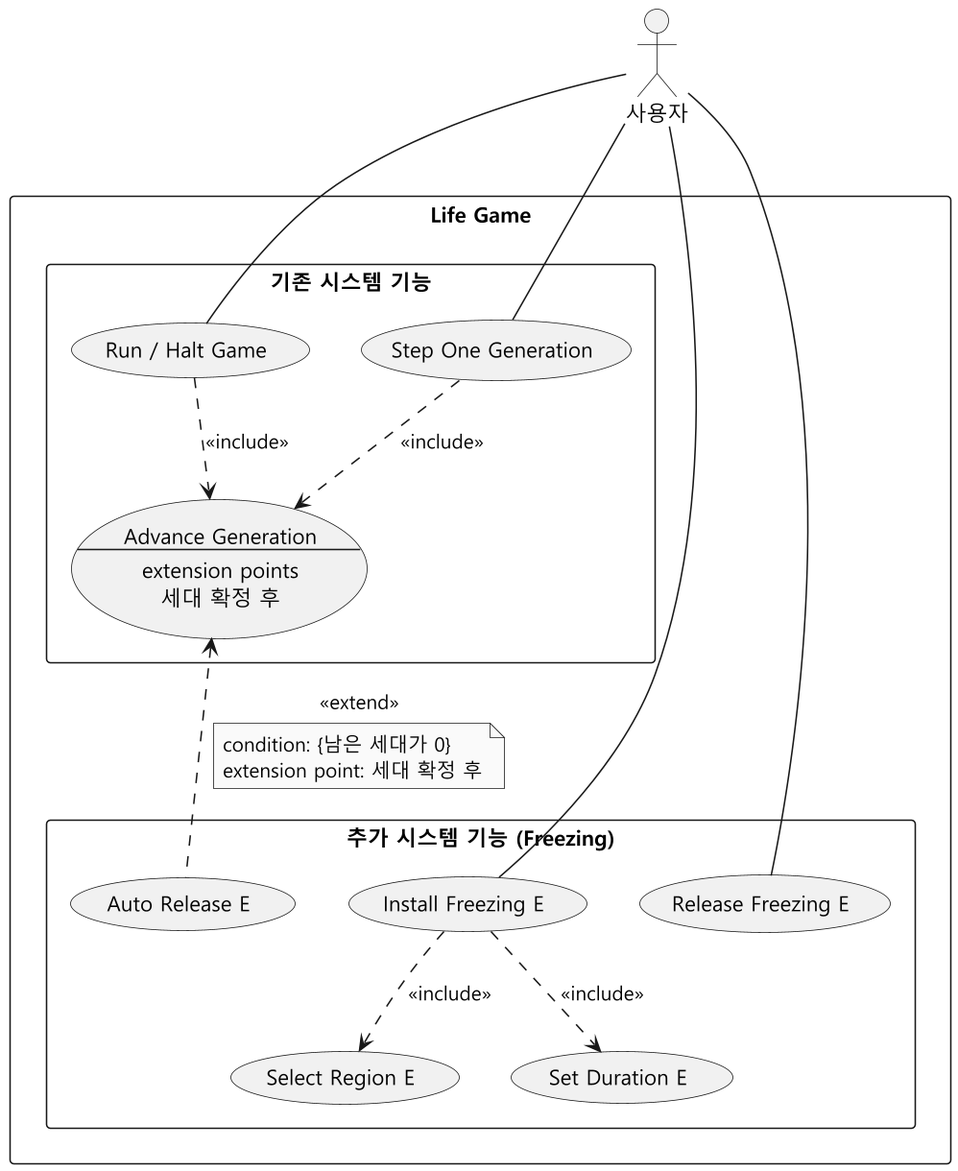
Above: docs/freezing/diagram/usecase-freezing.png in mckimR1972/DP_team_project (PlantUML), before the change.
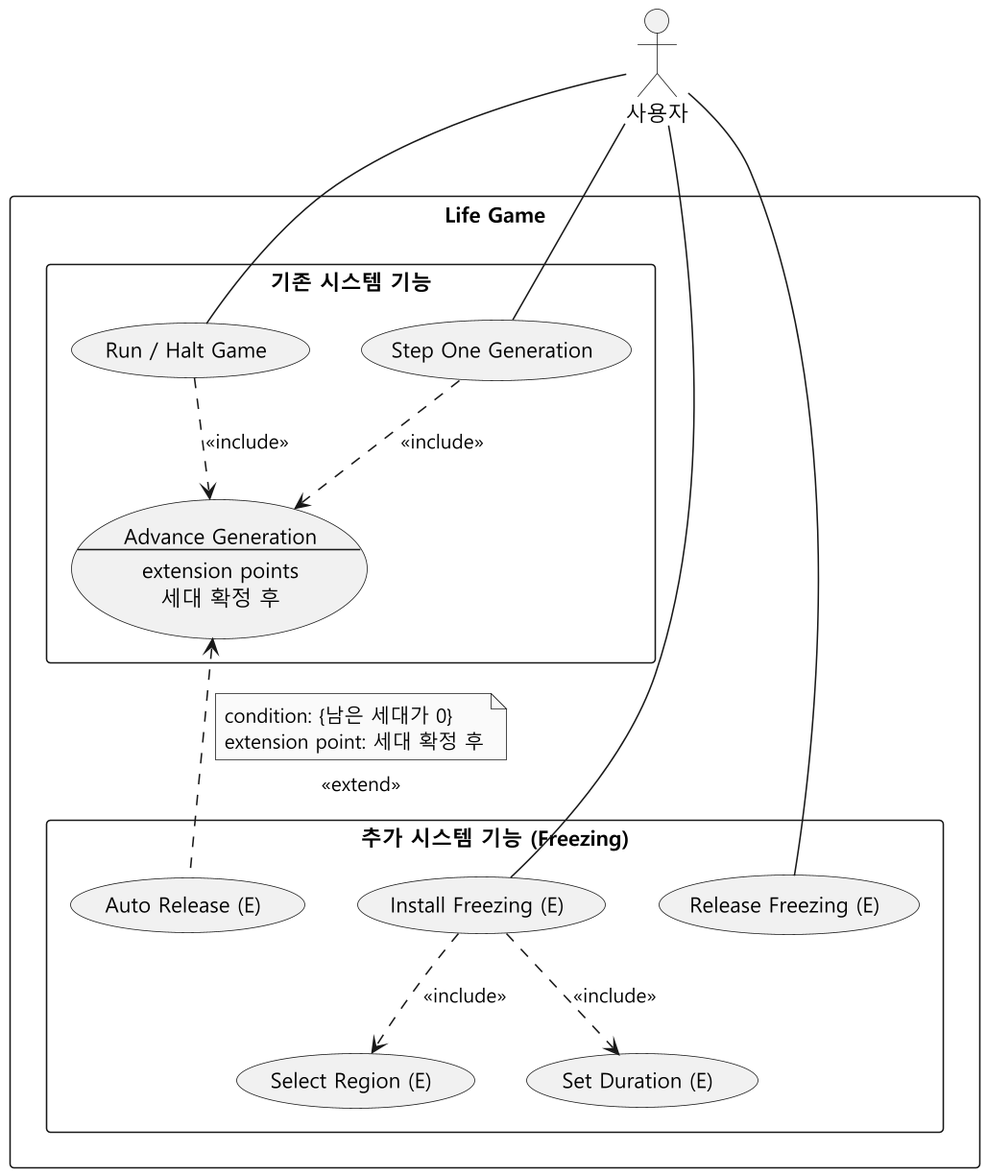
Later version of the same file.

Commit message:
docs: 수정된 유스케이스 puml로 png를 다시 그림

유스케이스 이름을 (E) 표기로 바꾸고 extend 노트를 링크 위에 둔
usecase-freezing.puml(3756424)에 맞춰 usecase-freezing.png를 다시 생성했다.

Diff of the diagram source:
```diff
@@ -19,11 +19,11 @@
   }
 
   rectangle "추가 시스템 기능 (Freezing)" as Extended {
-    usecase "Install Freezing E" as Install
-    usecase "Select Region E" as Region
-    usecase "Set Duration E" as Duration
-    usecase "Release Freezing E" as Release
-    usecase "Auto Release E" as Auto
+    usecase "Install Freezing (E)" as Install
+    usecase "Select Region (E)" as Region
+    usecase "Set Duration (E)" as Duration
+    usecase "Release Freezing (E)" as Release
+    usecase "Auto Release (E)" as Auto
   }
 }
 
@@ -37,7 +37,7 @@
 Run ..> Advance : <<include>>
 Step ..> Advance : <<include>>
 Advance <.. Auto : <<extend>>
-note on link
+note top on link
   condition: {남은 세대가 0}
   extension point: 세대 확정 후
 end note
```
